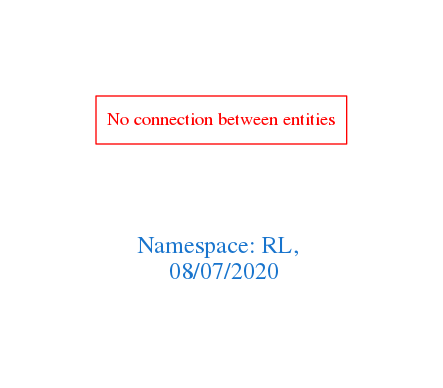
This is downloads/RL.png from arago/OGIT, a Graphviz export, as it was before one commit. Its source is kept beside it as downloads/RL.dot.
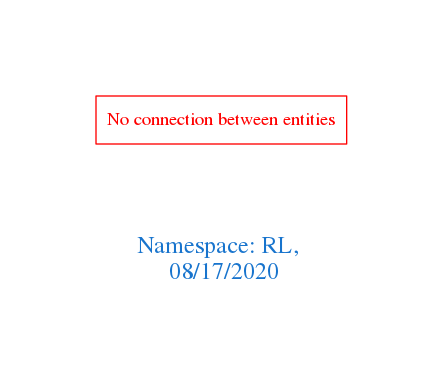
After the commit.

Diff of the diagram source:
```diff
@@ -1,7 +1,7 @@
 digraph OGIT_ontology {
  graph [ rankdir= LR,pad=1
 fontsize = 18,
-fontcolor= dodgerblue3,label = "\n\n\nNamespace: RL, \n 08/07/2020"];
+fontcolor= dodgerblue3,label = "\n\n\nNamespace: RL, \n 08/17/2020"];
 node[shape=polygon];
 edge [  color="gray81"];
 
```
